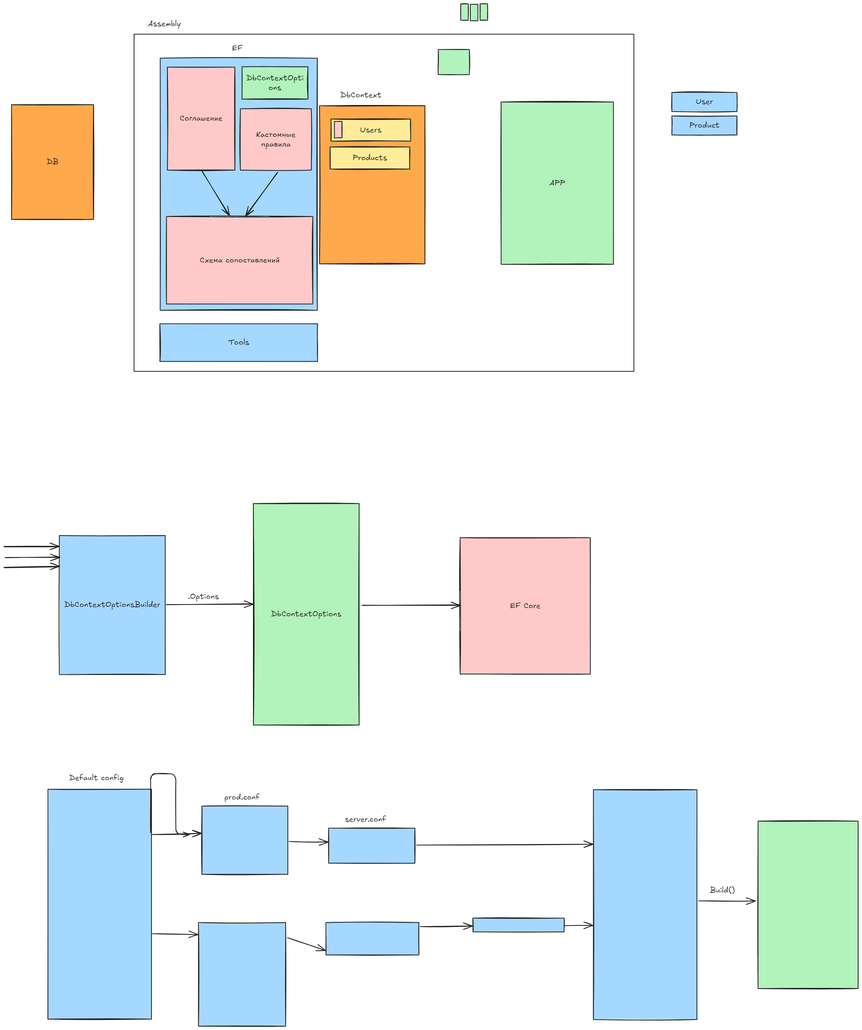
silvercodes/p32_p34_ado_net_ef keeps this Excalidraw diagram as img/ef.excalidraw.png. Above is the earlier version. Source tidied: one line per element, renumbered; positions are measured from the earlier drawing's top-left corner, leaving out a move shared by most shapes.
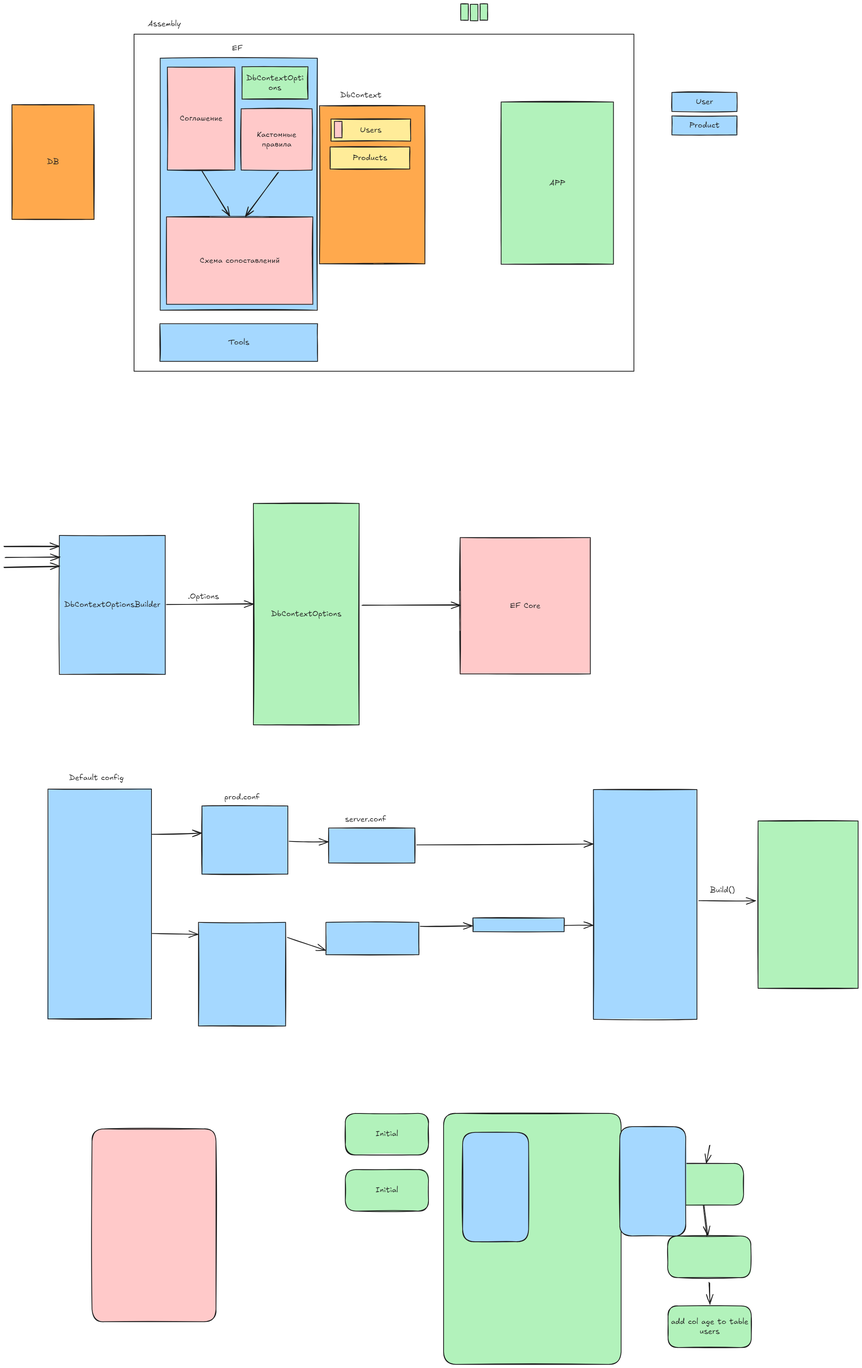
The same file after the commit.

The edit, as a diff of the source:
```diff
@@ -1,17 +1,17 @@
-{"id": 0, "type": "rectangle", "strokeColor": "#1e1e1e", "backgroundColor": "#ffa94d", "fillStyle": "solid", "strokeWidth": 2, "roughness": 1, "x": 19, "y": 260, "width": 212, "height": 296}
+{"id": 0, "type": "rectangle", "strokeColor": "#1e1e1e", "backgroundColor": "#ffa94d", "fillStyle": "solid", "strokeWidth": 2, "roughness": 1, "x": 20, "y": 260, "width": 212, "height": 296}
-{"id": 1, "type": "text", "text": "DB", "strokeColor": "#1e1e1e", "backgroundColor": "#ffa94d", "fillStyle": "solid", "strokeWidth": 2, "roughness": 1, "fontSize": 20, "fontFamily": 5, "textAlign": "center", "verticalAlign": "middle", "inside": 0, "x": 110, "y": 396, "width": 31, "height": 25}
+{"id": 1, "type": "text", "text": "DB", "strokeColor": "#1e1e1e", "backgroundColor": "#ffa94d", "fillStyle": "solid", "strokeWidth": 2, "roughness": 1, "fontSize": 20, "fontFamily": 5, "textAlign": "center", "verticalAlign": "middle", "inside": 0, "x": 111, "y": 396, "width": 31, "height": 25}
 {"id": 2, "type": "rectangle", "strokeColor": "#1e1e1e", "backgroundColor": "#b2f2bb", "fillStyle": "solid", "strokeWidth": 2, "roughness": 1, "x": 1283, "y": 253, "width": 290, "height": 419}
 {"id": 3, "type": "text", "text": "APP", "strokeColor": "#1e1e1e", "backgroundColor": "#ffa94d", "fillStyle": "solid", "strokeWidth": 2, "roughness": 1, "fontSize": 20, "fontFamily": 5, "textAlign": "center", "verticalAlign": "middle", "inside": 2, "x": 1407, "y": 450, "width": 41, "height": 25}
 {"id": 4, "type": "rectangle", "strokeColor": "#1e1e1e", "backgroundColor": "#a5d8ff", "fillStyle": "solid", "strokeWidth": 2, "roughness": 1, "x": 403, "y": 140, "width": 406, "height": 650}
 {"id": 5, "type": "text", "text": "EF", "strokeColor": "#1e1e1e", "backgroundColor": "#a5d8ff", "fillStyle": "solid", "strokeWidth": 2, "roughness": 1, "fontSize": 20, "fontFamily": 5, "x": 588, "y": 102, "width": 27, "height": 25}
-{"id": 6, "type": "rectangle", "strokeColor": "#1e1e1e", "backgroundColor": "#ffc9c9", "fillStyle": "solid", "strokeWidth": 2, "roughness": 1, "x": 419, "y": 549, "width": 378, "height": 226}
+{"id": 6, "type": "rectangle", "strokeColor": "#1e1e1e", "backgroundColor": "#ffc9c9", "fillStyle": "solid", "strokeWidth": 2, "roughness": 1, "x": 419, "y": 550, "width": 378, "height": 226}
-{"id": 7, "type": "text", "text": "Схема сопоставлений", "strokeColor": "#1e1e1e", "backgroundColor": "#ffc9c9", "fillStyle": "solid", "strokeWidth": 2, "roughness": 1, "fontSize": 20, "fontFamily": 5, "textAlign": "center", "verticalAlign": "middle", "inside": 6, "x": 505, "y": 649, "width": 206, "height": 25}
+{"id": 7, "type": "text", "text": "Схема сопоставлений", "strokeColor": "#1e1e1e", "backgroundColor": "#ffc9c9", "fillStyle": "solid", "strokeWidth": 2, "roughness": 1, "fontSize": 20, "fontFamily": 5, "textAlign": "center", "verticalAlign": "middle", "inside": 6, "x": 505, "y": 650, "width": 206, "height": 25}
 {"id": 8, "type": "rectangle", "strokeColor": "#1e1e1e", "backgroundColor": "#ffc9c9", "fillStyle": "solid", "strokeWidth": 2, "roughness": 1, "x": 421, "y": 163, "width": 174, "height": 266}
 {"id": 9, "type": "text", "text": "Соглашение", "strokeColor": "#1e1e1e", "backgroundColor": "#ffc9c9", "fillStyle": "solid", "strokeWidth": 2, "roughness": 1, "fontSize": 20, "fontFamily": 5, "textAlign": "center", "verticalAlign": "middle", "inside": 8, "x": 454, "y": 284, "width": 110, "height": 25}
-{"id": 10, "type": "rectangle", "strokeColor": "#1e1e1e", "backgroundColor": "#ffc9c9", "fillStyle": "solid", "strokeWidth": 2, "roughness": 1, "x": 610, "y": 271, "width": 183, "height": 158}
+{"id": 10, "type": "rectangle", "strokeColor": "#1e1e1e", "backgroundColor": "#ffc9c9", "fillStyle": "solid", "strokeWidth": 2, "roughness": 1, "x": 612, "y": 271, "width": 183, "height": 158}
-{"id": 11, "type": "text", "text": "Кастомные\nправила", "strokeColor": "#1e1e1e", "backgroundColor": "#ffc9c9", "fillStyle": "solid", "strokeWidth": 2, "roughness": 1, "fontSize": 20, "fontFamily": 5, "textAlign": "center", "verticalAlign": "middle", "inside": 10, "x": 650, "y": 325, "width": 102, "height": 50}
+{"id": 11, "type": "text", "text": "Кастомные\nправила", "strokeColor": "#1e1e1e", "backgroundColor": "#ffc9c9", "fillStyle": "solid", "strokeWidth": 2, "roughness": 1, "fontSize": 20, "fontFamily": 5, "textAlign": "center", "verticalAlign": "middle", "inside": 10, "x": 652, "y": 325, "width": 102, "height": 50}
-{"id": 12, "type": "arrow", "strokeColor": "#1e1e1e", "backgroundColor": "#ffc9c9", "fillStyle": "solid", "strokeWidth": 2, "roughness": 1, "endArrowhead": "arrow", "round": true, "from": 8, "to": 6, "x": 512, "y": 433, "width": 69, "height": 113, "points": [[0, 0], [69, 113]]}
+{"id": 12, "type": "arrow", "strokeColor": "#1e1e1e", "backgroundColor": "#ffc9c9", "fillStyle": "solid", "strokeWidth": 2, "roughness": 1, "endArrowhead": "arrow", "round": true, "from": 8, "to": 6, "x": 512, "y": 433, "width": 69, "height": 115, "points": [[0, 0], [69, 115]]}
-{"id": 13, "type": "arrow", "strokeColor": "#1e1e1e", "backgroundColor": "#ffc9c9", "fillStyle": "solid", "strokeWidth": 2, "roughness": 1, "endArrowhead": "arrow", "round": true, "from": 10, "to": 6, "x": 705, "y": 436, "width": 82, "height": 112, "points": [[0, 0], [-82, 112]]}
+{"id": 13, "type": "arrow", "strokeColor": "#1e1e1e", "backgroundColor": "#ffc9c9", "fillStyle": "solid", "strokeWidth": 2, "roughness": 1, "endArrowhead": "arrow", "round": true, "from": 10, "to": 6, "x": 707, "y": 436, "width": 84, "height": 113, "points": [[0, 0], [-84, 113]]}
 {"id": 14, "type": "rectangle", "strokeColor": "#1e1e1e", "strokeWidth": 2, "roughness": 1, "x": 335, "y": 78, "width": 1290, "height": 870}
 {"id": 15, "type": "text", "text": "Assembly", "strokeColor": "#1e1e1e", "strokeWidth": 2, "roughness": 1, "fontSize": 20, "fontFamily": 5, "x": 371, "y": 39, "width": 85, "height": 25}
 {"id": 16, "type": "rectangle", "strokeColor": "#1e1e1e", "backgroundColor": "#ffa94d", "fillStyle": "solid", "strokeWidth": 2, "roughness": 1, "x": 814, "y": 263, "width": 272, "height": 408}
@@ -64,3 +64,17 @@
 {"id": 63, "type": "text", "text": "Build()", "strokeColor": "#1e1e1e", "backgroundColor": "#b2f2bb", "fillStyle": "solid", "strokeWidth": 2, "roughness": 1, "fontSize": 20, "fontFamily": 5, "x": 1822, "y": 2275, "width": 65, "height": 25}
 {"id": 64, "type": "rectangle", "strokeColor": "#1e1e1e", "backgroundColor": "#b2f2bb", "fillStyle": "solid", "strokeWidth": 2, "roughness": 1, "x": 1203, "y": 1, "width": 19, "height": 42}
 {"id": 65, "type": "rectangle", "strokeColor": "#1e1e1e", "backgroundColor": "#b2f2bb", "fillStyle": "solid", "strokeWidth": 2, "roughness": 1, "x": 1229, "y": 0, "width": 19, "height": 42}
+{"id": 66, "type": "rectangle", "strokeColor": "#1e1e1e", "backgroundColor": "#b2f2bb", "fillStyle": "solid", "strokeWidth": 2, "roughness": 1, "round": true, "x": 1134, "y": 2864, "width": 458, "height": 648}
+{"id": 67, "type": "rectangle", "strokeColor": "#1e1e1e", "backgroundColor": "#ffc9c9", "fillStyle": "solid", "strokeWidth": 2, "roughness": 1, "round": true, "x": 227, "y": 2904, "width": 320, "height": 498}
+{"id": 68, "type": "rectangle", "strokeColor": "#1e1e1e", "backgroundColor": "#b2f2bb", "fillStyle": "solid", "strokeWidth": 2, "roughness": 1, "round": true, "x": 881, "y": 2864, "width": 215, "height": 107}
+{"id": 69, "type": "text", "text": "Initial", "strokeColor": "#1e1e1e", "backgroundColor": "#ffc9c9", "fillStyle": "solid", "strokeWidth": 2, "roughness": 1, "fontSize": 20, "fontFamily": 5, "textAlign": "center", "verticalAlign": "middle", "inside": 68, "x": 959, "y": 2905, "width": 58, "height": 25}
+{"id": 70, "type": "rectangle", "strokeColor": "#1e1e1e", "backgroundColor": "#b2f2bb", "fillStyle": "solid", "strokeWidth": 2, "roughness": 1, "round": true, "x": 1694, "y": 2993, "width": 215, "height": 107}
+{"id": 71, "type": "rectangle", "strokeColor": "#1e1e1e", "backgroundColor": "#b2f2bb", "fillStyle": "solid", "strokeWidth": 2, "roughness": 1, "round": true, "x": 1713, "y": 3180, "width": 215, "height": 107}
+{"id": 72, "type": "arrow", "strokeColor": "#1e1e1e", "backgroundColor": "#b2f2bb", "fillStyle": "solid", "strokeWidth": 2, "roughness": 1, "endArrowhead": "arrow", "round": true, "to": 70, "x": 1821, "y": 2946, "width": 9, "height": 46, "points": [[0, 0], [-9, 46]]}
+{"id": 73, "type": "arrow", "strokeColor": "#1e1e1e", "backgroundColor": "#b2f2bb", "fillStyle": "solid", "strokeWidth": 2, "roughness": 1, "endArrowhead": "arrow", "round": true, "from": 70, "to": 71, "x": 1805, "y": 3102, "width": 9, "height": 78, "points": [[0, 0], [9, 78]]}
+{"id": 74, "type": "rectangle", "strokeColor": "#1e1e1e", "backgroundColor": "#a5d8ff", "fillStyle": "solid", "strokeWidth": 2, "roughness": 1, "round": true, "x": 1184, "y": 2913, "width": 170, "height": 282}
+{"id": 75, "type": "rectangle", "strokeColor": "#1e1e1e", "backgroundColor": "#b2f2bb", "fillStyle": "solid", "strokeWidth": 2, "roughness": 1, "round": true, "x": 1714, "y": 3361, "width": 215, "height": 107}
+{"id": 76, "type": "text", "text": "add col age to table\nusers", "strokeColor": "#1e1e1e", "backgroundColor": "#ffc9c9", "fillStyle": "solid", "strokeWidth": 2, "roughness": 1, "fontSize": 20, "fontFamily": 5, "textAlign": "center", "verticalAlign": "middle", "inside": 75, "x": 1721, "y": 3390, "width": 200, "height": 50}
+{"id": 77, "type": "arrow", "strokeColor": "#1e1e1e", "backgroundColor": "#b2f2bb", "fillStyle": "solid", "strokeWidth": 2, "roughness": 1, "endArrowhead": "arrow", "round": true, "from": 71, "to": 75, "x": 1820, "y": 3300, "width": 1, "height": 56, "points": [[0, 0], [1, 56]]}
+{"id": 78, "type": "rectangle", "strokeColor": "#1e1e1e", "backgroundColor": "#b2f2bb", "fillStyle": "solid", "strokeWidth": 2, "roughness": 1, "round": true, "x": 881, "y": 3009, "width": 215, "height": 107}
+{"id": 79, "type": "text", "text": "Initial", "strokeColor": "#1e1e1e", "backgroundColor": "#ffc9c9", "fillStyle": "solid", "strokeWidth": 2, "roughness": 1, "fontSize": 20, "fontFamily": 5, "textAlign": "center", "verticalAlign": "middle", "inside": 78, "x": 959, "y": 3050, "width": 58, "height": 25}
```
